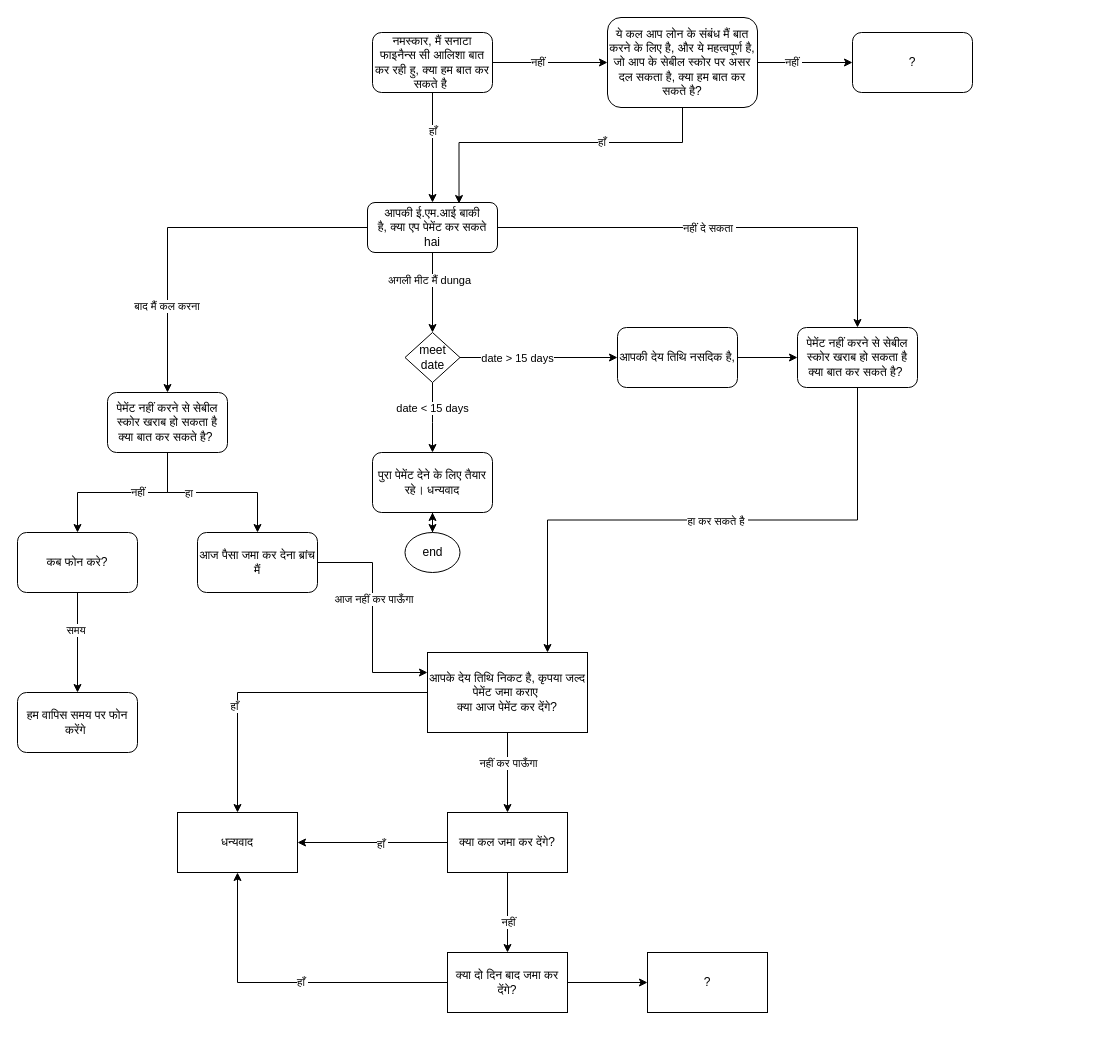
The draw.io diagram drawings/Bot Conversation Flow V1.drawio in PraveenChordia/draw.io, before the edit. Source tidied: cells renumbered, new cells numbered last; positions are measured from the earlier drawing's top-left corner, leaving out a move shared by most shapes. Both pictures are drawn from the tidied source at 100%, with x=0, y=0 at pixel (17, 17).
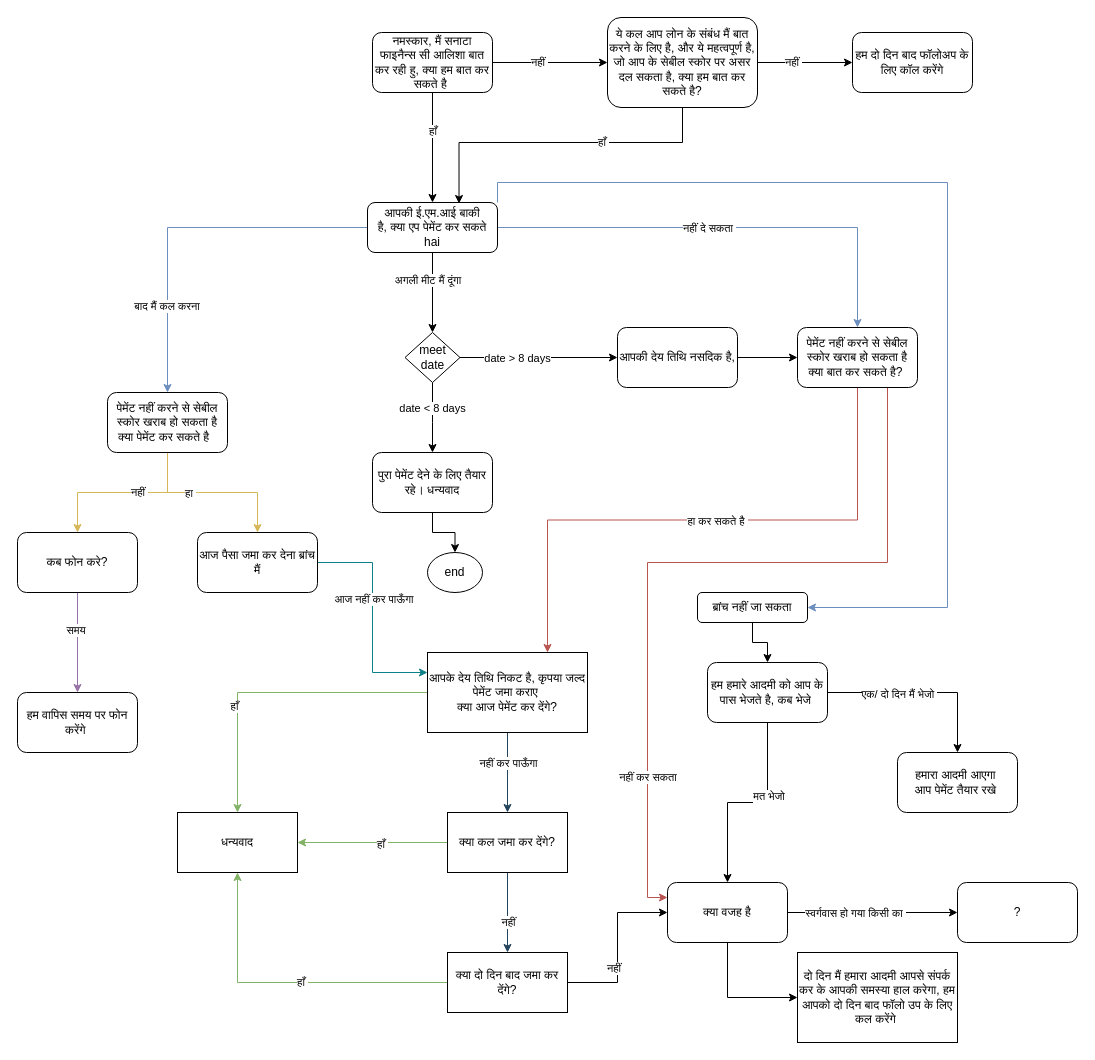
After the change.

The change refers to these unchanged cells:
```xml
<mxCell id="4" style="edgeStyle=orthogonalEdgeStyle;rounded=0;jettySize=auto;html=1;" parent="1" edge="1" source="45" target="15">
  <mxGeometry relative="1" as="geometry">
    <Array as="points">
      <mxPoint x="415" y="405" />
      <mxPoint x="415" y="405" />
    </Array>
  </mxGeometry>
</mxCell>
<mxCell id="8" value="आपकी ई.एम.आई बाकी&lt;br&gt;है, क्या एप पेमेंट कर सकते&lt;br&gt;hai" style="rounded=1;whiteSpace=wrap;html=1;" parent="1" vertex="1">
  <mxGeometry x="350" y="185" width="130" height="50" as="geometry" />
</mxCell>
<mxCell id="15" value="पुरा पेमेंट देने के लिए तैयार रहे। धन्यवाद" style="whiteSpace=wrap;html=1;rounded=1;" parent="1" vertex="1">
  <mxGeometry x="355" y="435" width="120" height="60" as="geometry" />
</mxCell>
<mxCell id="18" value="&lt;span style=&quot;font-family: Helvetica; font-size: 12px; font-style: normal; font-variant-ligatures: normal; font-variant-caps: normal; font-weight: 400; letter-spacing: normal; orphans: 2; text-align: center; text-indent: 0px; text-transform: none; widows: 2; word-spacing: 0px; -webkit-text-stroke-width: 0px; text-decoration-thickness: initial; text-decoration-style: initial; text-decoration-color: initial; float: none; display: inline !important;&quot;&gt;पेमेंट नहीं करने से सेबील स्कोर खराब हो सकता है&lt;/span&gt;&lt;br style=&quot;border-color: var(--border-color); font-family: Helvetica; font-size: 12px; font-style: normal; font-variant-ligatures: normal; font-variant-caps: normal; font-weight: 400; letter-spacing: normal; orphans: 2; text-align: center; text-indent: 0px; text-transform: none; widows: 2; word-spacing: 0px; -webkit-text-stroke-width: 0px; text-decoration-thickness: initial; text-decoration-style: initial; text-decoration-color: initial;&quot;&gt;&lt;span style=&quot;font-family: Helvetica; font-size: 12px; font-style: normal; font-variant-ligatures: normal; font-variant-caps: normal; font-weight: 400; letter-spacing: normal; orphans: 2; text-align: center; text-indent: 0px; text-transform: none; widows: 2; word-spacing: 0px; -webkit-text-stroke-width: 0px; text-decoration-thickness: initial; text-decoration-style: initial; text-decoration-color: initial; float: none; display: inline !important;&quot;&gt;क्या बात कर सकते है?&amp;nbsp;&lt;/span&gt;" style="whiteSpace=wrap;html=1;rounded=1;labelBackgroundColor=none;fontColor=default;" parent="1" vertex="1">
  <mxGeometry x="780" y="310" width="120" height="60" as="geometry" />
</mxCell>
<mxCell id="21" value="आज पैसा जमा कर देना ब्रांच मैं" style="whiteSpace=wrap;html=1;rounded=1;" parent="1" vertex="1">
  <mxGeometry x="180" y="515" width="120" height="60" as="geometry" />
</mxCell>
<mxCell id="24" value="कब फोन करे?" style="whiteSpace=wrap;html=1;rounded=1;" parent="1" vertex="1">
  <mxGeometry y="515" width="120" height="60" as="geometry" />
</mxCell>
<mxCell id="29" value="आपके देय तिथि निकट है, कृपया जल्द पेमेंट जमा कराए&amp;nbsp;&lt;br&gt;क्या आज पेमेंट कर देंगे?" style="whiteSpace=wrap;html=1;" parent="1" vertex="1">
  <mxGeometry x="410" y="635" width="160" height="80" as="geometry" />
</mxCell>
<mxCell id="30" value="धन्यवाद" style="whiteSpace=wrap;html=1;" parent="1" vertex="1">
  <mxGeometry x="160" y="795" width="120" height="60" as="geometry" />
</mxCell>
<mxCell id="35" value="क्या कल जमा कर देंगे?&lt;br&gt;" style="whiteSpace=wrap;html=1;" parent="1" vertex="1">
  <mxGeometry x="430" y="795" width="120" height="60" as="geometry" />
</mxCell>
<mxCell id="41" value="क्या दो दिन बाद जमा कर देंगे?" style="whiteSpace=wrap;html=1;" parent="1" vertex="1">
  <mxGeometry x="430" y="935" width="120" height="60" as="geometry" />
</mxCell>
<mxCell id="42" style="edgeStyle=orthogonalEdgeStyle;rounded=0;jettySize=auto;html=1;" parent="1" edge="1" source="8" target="45">
  <mxGeometry relative="1" as="geometry" />
</mxCell>
<mxCell id="58" value="हम वापिस समय पर फोन करेंगे&amp;nbsp;" style="whiteSpace=wrap;html=1;rounded=1;" parent="1" vertex="1">
  <mxGeometry y="675" width="120" height="60" as="geometry" />
</mxCell>
<mxCell id="59" style="edgeStyle=orthogonalEdgeStyle;rounded=0;jettySize=auto;html=1;entryX=0;entryY=0.5;entryDx=0;entryDy=0;" parent="1" edge="1" source="45" target="61">
  <mxGeometry relative="1" as="geometry" />
</mxCell>
```

Diff of the diagram source:
```diff
@@
-    <mxCell id="2" style="edgeStyle=orthogonalEdgeStyle;rounded=0;jettySize=auto;html=1;" parent="1" edge="1" source="8" target="13">
+    <mxCell id="2" style="edgeStyle=orthogonalEdgeStyle;rounded=0;jettySize=auto;html=1;fillColor=#dae8fc;strokeColor=#6c8ebf;" parent="1" edge="1" source="8" target="13">
       <mxGeometry relative="1" as="geometry" />
     </mxCell>
@@
-    <mxCell id="5" value="date &amp;lt; 15 days" style="edgeLabel;html=1;align=center;verticalAlign=middle;" parent="4" vertex="1">
+    <mxCell id="5" value="date &amp;lt; 8 days" style="edgeLabel;html=1;align=center;verticalAlign=middle;" parent="4" vertex="1">
       <mxGeometry x="-0.3" y="-1" relative="1" as="geometry" />
     </mxCell>
-    <mxCell id="6" style="edgeStyle=orthogonalEdgeStyle;rounded=0;jettySize=auto;html=1;" parent="1" edge="1" source="8" target="18">
+    <mxCell id="6" style="edgeStyle=orthogonalEdgeStyle;rounded=0;jettySize=auto;html=1;fillColor=#dae8fc;strokeColor=#6c8ebf;" parent="1" edge="1" source="8" target="18">
       <mxGeometry relative="1" as="geometry" />
     </mxCell>
@@
+    <mxCell id="62" style="rounded=0;jettySize=auto;html=1;entryX=1;entryY=0.5;entryDx=0;entryDy=0;edgeStyle=orthogonalEdgeStyle;exitX=1;exitY=0;exitDx=0;exitDy=0;fillColor=#dae8fc;strokeColor=#6c8ebf;" parent="1" edge="1" source="8" target="67">
+      <mxGeometry relative="1" as="geometry">
+        <Array as="points">
+          <mxPoint x="480" y="165" />
+          <mxPoint x="930" y="165" />
+          <mxPoint x="930" y="590" />
+        </Array>
+      </mxGeometry>
+    </mxCell>
@@
-    <mxCell id="9" style="edgeStyle=orthogonalEdgeStyle;rounded=0;jettySize=auto;html=1;" parent="1" edge="1" source="13" target="21">
+    <mxCell id="9" style="edgeStyle=orthogonalEdgeStyle;rounded=0;jettySize=auto;html=1;fillColor=#fff2cc;strokeColor=#d6b656;" parent="1" edge="1" source="13" target="21">
       <mxGeometry relative="1" as="geometry" />
     </mxCell>
@@
-    <mxCell id="11" style="edgeStyle=orthogonalEdgeStyle;rounded=0;jettySize=auto;html=1;" parent="1" edge="1" source="13" target="24">
+    <mxCell id="11" style="edgeStyle=orthogonalEdgeStyle;rounded=0;jettySize=auto;html=1;fillColor=#fff2cc;strokeColor=#d6b656;" parent="1" edge="1" source="13" target="24">
       <mxGeometry relative="1" as="geometry" />
     </mxCell>
@@
-    <mxCell id="13" value="पेमेंट नहीं करने से सेबील स्कोर खराब हो सकता है&lt;br&gt;क्या बात कर सकते है?&amp;nbsp;" style="whiteSpace=wrap;html=1;rounded=1;" parent="1" vertex="1">
+    <mxCell id="13" value="पेमेंट नहीं करने से सेबील स्कोर खराब हो सकता है&lt;br&gt;क्या पेमेंट कर सकते है&amp;nbsp;&amp;nbsp;" style="whiteSpace=wrap;html=1;rounded=1;" parent="1" vertex="1">
       <mxGeometry x="90" y="375" width="120" height="60" as="geometry" />
     </mxCell>
@@
-    <mxCell id="16" style="edgeStyle=orthogonalEdgeStyle;rounded=0;jettySize=auto;html=1;entryX=0.75;entryY=0;entryDx=0;entryDy=0;exitX=0.5;exitY=1;exitDx=0;exitDy=0;" parent="1" edge="1" source="18" target="29">
+    <mxCell id="16" style="edgeStyle=orthogonalEdgeStyle;rounded=0;jettySize=auto;html=1;entryX=0.75;entryY=0;entryDx=0;entryDy=0;exitX=0.5;exitY=1;exitDx=0;exitDy=0;fillColor=#f8cecc;strokeColor=#b85450;" parent="1" edge="1" source="18" target="29">
       <mxGeometry relative="1" as="geometry" />
     </mxCell>
@@
+    <mxCell id="63" style="edgeStyle=orthogonalEdgeStyle;rounded=0;jettySize=auto;html=1;exitX=0.75;exitY=1;exitDx=0;exitDy=0;entryX=0;entryY=0.25;entryDx=0;entryDy=0;fillColor=#f8cecc;strokeColor=#b85450;" parent="1" edge="1" source="18" target="77">
+      <mxGeometry relative="1" as="geometry">
+        <Array as="points">
+          <mxPoint x="870" y="545" />
+          <mxPoint x="630" y="545" />
+          <mxPoint x="630" y="880" />
+        </Array>
+      </mxGeometry>
+    </mxCell>
+    <mxCell id="64" value="नहीं कर सकता&amp;nbsp;" style="edgeLabel;html=1;align=center;verticalAlign=middle;" parent="63" vertex="1">
+      <mxGeometry x="0.63" y="1" relative="1" as="geometry">
+        <mxPoint y="1" as="offset" />
+      </mxGeometry>
+    </mxCell>
@@
-    <mxCell id="19" style="edgeStyle=orthogonalEdgeStyle;rounded=0;jettySize=auto;html=1;entryX=0;entryY=0.25;entryDx=0;entryDy=0;" parent="1" edge="1" source="21" target="29">
+    <mxCell id="19" style="edgeStyle=orthogonalEdgeStyle;rounded=0;jettySize=auto;html=1;entryX=0;entryY=0.25;entryDx=0;entryDy=0;fillColor=#b0e3e6;strokeColor=#0e8088;" parent="1" edge="1" source="21" target="29">
       <mxGeometry relative="1" as="geometry" />
     </mxCell>
@@
-    <mxCell id="22" style="edgeStyle=orthogonalEdgeStyle;rounded=0;jettySize=auto;html=1;" parent="1" edge="1" source="24" target="58">
+    <mxCell id="22" style="edgeStyle=orthogonalEdgeStyle;rounded=0;jettySize=auto;html=1;fillColor=#e1d5e7;strokeColor=#9673a6;entryX=0.5;entryY=0;entryDx=0;entryDy=0;" parent="1" edge="1" source="24" target="58">
       <mxGeometry relative="1" as="geometry" />
     </mxCell>
@@
-    <mxCell id="25" style="edgeStyle=orthogonalEdgeStyle;rounded=0;jettySize=auto;html=1;" parent="1" edge="1" source="29" target="30">
+    <mxCell id="25" style="edgeStyle=orthogonalEdgeStyle;rounded=0;jettySize=auto;html=1;fillColor=#d5e8d4;strokeColor=#82b366;" parent="1" edge="1" source="29" target="30">
       <mxGeometry relative="1" as="geometry" />
     </mxCell>
@@
-    <mxCell id="27" style="edgeStyle=orthogonalEdgeStyle;rounded=0;jettySize=auto;html=1;" parent="1" edge="1" source="29" target="35">
+    <mxCell id="27" style="edgeStyle=orthogonalEdgeStyle;rounded=0;jettySize=auto;html=1;fillColor=#bac8d3;strokeColor=#23445d;" parent="1" edge="1" source="29" target="35">
       <mxGeometry relative="1" as="geometry" />
     </mxCell>
@@
-    <mxCell id="31" style="edgeStyle=orthogonalEdgeStyle;rounded=0;jettySize=auto;html=1;entryX=1;entryY=0.5;entryDx=0;entryDy=0;" parent="1" edge="1" source="35" target="30">
+    <mxCell id="31" style="edgeStyle=orthogonalEdgeStyle;rounded=0;jettySize=auto;html=1;entryX=1;entryY=0.5;entryDx=0;entryDy=0;fillColor=#d5e8d4;strokeColor=#82b366;" parent="1" edge="1" source="35" target="30">
       <mxGeometry relative="1" as="geometry" />
     </mxCell>
@@
-    <mxCell id="33" style="edgeStyle=orthogonalEdgeStyle;rounded=0;jettySize=auto;html=1;" parent="1" edge="1" source="35" target="41">
+    <mxCell id="33" style="edgeStyle=orthogonalEdgeStyle;rounded=0;jettySize=auto;html=1;fillColor=#bac8d3;strokeColor=#23445d;" parent="1" edge="1" source="35" target="41">
       <mxGeometry relative="1" as="geometry" />
     </mxCell>
@@
-    <mxCell id="36" style="edgeStyle=orthogonalEdgeStyle;rounded=0;jettySize=auto;html=1;" parent="1" edge="1" source="37" target="15">
-      <mxGeometry relative="1" as="geometry" />
-    </mxCell>
     <mxCell id="37" value="end" style="ellipse;whiteSpace=wrap;html=1;rounded=1;" parent="1" vertex="1">
-      <mxGeometry x="387.5" y="515" width="55" height="40" as="geometry" />
+      <mxGeometry x="410" y="535" width="55" height="40" as="geometry" />
     </mxCell>
-    <mxCell id="38" style="edgeStyle=orthogonalEdgeStyle;rounded=0;jettySize=auto;html=1;entryX=0.5;entryY=1;entryDx=0;entryDy=0;" parent="1" edge="1" source="41" target="30">
+    <mxCell id="38" style="edgeStyle=orthogonalEdgeStyle;rounded=0;jettySize=auto;html=1;entryX=0.5;entryY=1;entryDx=0;entryDy=0;fillColor=#d5e8d4;strokeColor=#82b366;" parent="1" edge="1" source="41" target="30">
       <mxGeometry relative="1" as="geometry" />
     </mxCell>
@@
-    <mxCell id="40" style="edgeStyle=orthogonalEdgeStyle;rounded=0;jettySize=auto;html=1;" parent="1" edge="1" source="41" target="57">
+    <mxCell id="40" style="edgeStyle=orthogonalEdgeStyle;rounded=0;jettySize=auto;html=1;entryX=0;entryY=0.5;entryDx=0;entryDy=0;" parent="1" edge="1" source="41" target="77">
       <mxGeometry relative="1" as="geometry" />
     </mxCell>
+    <mxCell id="65" value="नहीं&amp;nbsp;" style="edgeLabel;html=1;align=center;verticalAlign=middle;" parent="40" vertex="1">
+      <mxGeometry x="-0.23" y="3" relative="1" as="geometry" />
+    </mxCell>
@@
-    <mxCell id="43" value="अगली मीट मैं dunga" style="edgeLabel;html=1;align=center;verticalAlign=middle;" parent="42" vertex="1">
+    <mxCell id="43" value="अगली मीट मैं दूंगा&amp;nbsp;" style="edgeLabel;html=1;align=center;verticalAlign=middle;" parent="42" vertex="1">
       <mxGeometry x="-0.33" y="-4" relative="1" as="geometry" />
     </mxCell>
@@
-    <mxCell id="56" value="?" style="whiteSpace=wrap;html=1;rounded=1;" parent="1" vertex="1">
+    <mxCell id="56" value="हम दो दिन बाद फॉलोअप के लिए कॉल करेंगे" style="whiteSpace=wrap;html=1;rounded=1;" parent="1" vertex="1">
       <mxGeometry x="835" y="15" width="120" height="60" as="geometry" />
     </mxCell>
-    <mxCell id="57" value="?" style="whiteSpace=wrap;html=1;" parent="1" vertex="1">
-      <mxGeometry x="630" y="935" width="120" height="60" as="geometry" />
+    <mxCell id="57" value="दो दिन मैं हमारा आदमी आपसे संपर्क कर के आपकी समस्या हाल करेगा, हम आपको दो दिन बाद फॉलो उप के लिए कल करेंगे&amp;nbsp;" style="whiteSpace=wrap;html=1;" parent="1" vertex="1">
+      <mxGeometry x="780" y="935" width="160" height="90" as="geometry" />
     </mxCell>
@@
-    <mxCell id="60" value="date &amp;gt; 15 days" style="edgeLabel;html=1;align=center;verticalAlign=middle;" parent="59" vertex="1">
+    <mxCell id="60" value="date &amp;gt; 8 days" style="edgeLabel;html=1;align=center;verticalAlign=middle;" parent="59" vertex="1">
       <mxGeometry x="-0.34" y="3" relative="1" as="geometry">
         <mxPoint x="5" y="3" as="offset" />
       </mxGeometry>
     </mxCell>
@@
+    <mxCell id="66" style="edgeStyle=orthogonalEdgeStyle;rounded=0;jettySize=auto;html=1;entryX=0.5;entryY=0;entryDx=0;entryDy=0;exitX=0.5;exitY=1;exitDx=0;exitDy=0;" parent="1" edge="1" source="67" target="72">
+      <mxGeometry relative="1" as="geometry" />
+    </mxCell>
+    <mxCell id="67" value="ब्रांच नहीं जा सकता" style="rounded=1;whiteSpace=wrap;html=1;" parent="1" vertex="1">
+      <mxGeometry x="680" y="575" width="110" height="30" as="geometry" />
+    </mxCell>
+    <mxCell id="68" style="edgeStyle=orthogonalEdgeStyle;rounded=0;jettySize=auto;html=1;exitX=1;exitY=0.5;exitDx=0;exitDy=0;entryX=0.5;entryY=0;entryDx=0;entryDy=0;" parent="1" edge="1" source="72" target="73">
+      <mxGeometry relative="1" as="geometry" />
+    </mxCell>
+    <mxCell id="69" value="एक/ दो दिन मैं भेजो&amp;nbsp;" style="edgeLabel;html=1;align=center;verticalAlign=middle;" parent="68" vertex="1">
+      <mxGeometry x="-0.25" y="-1" relative="1" as="geometry" />
+    </mxCell>
+    <mxCell id="70" style="edgeStyle=orthogonalEdgeStyle;rounded=0;jettySize=auto;html=1;" parent="1" edge="1" source="72" target="77">
+      <mxGeometry relative="1" as="geometry" />
+    </mxCell>
+    <mxCell id="71" value="मत भेजो&amp;nbsp;" style="edgeLabel;html=1;align=center;verticalAlign=middle;" parent="70" vertex="1">
+      <mxGeometry x="-0.27" y="2" relative="1" as="geometry" />
+    </mxCell>
+    <mxCell id="72" value="हम हमारे आदमी को आप के पास भेजते है, कब भेजे&amp;nbsp;" style="rounded=1;whiteSpace=wrap;html=1;" parent="1" vertex="1">
+      <mxGeometry x="690" y="645" width="120" height="60" as="geometry" />
+    </mxCell>
+    <mxCell id="73" value="हमारा आदमी आएगा&amp;nbsp;&lt;br&gt;आप पेमेंट तैयार रखे&amp;nbsp;" style="rounded=1;whiteSpace=wrap;html=1;" parent="1" vertex="1">
+      <mxGeometry x="880" y="735" width="120" height="60" as="geometry" />
+    </mxCell>
+    <mxCell id="74" style="edgeStyle=orthogonalEdgeStyle;rounded=0;jettySize=auto;html=1;exitX=0.5;exitY=1;exitDx=0;exitDy=0;entryX=0;entryY=0.5;entryDx=0;entryDy=0;" parent="1" edge="1" source="77" target="57">
+      <mxGeometry relative="1" as="geometry" />
+    </mxCell>
+    <mxCell id="75" style="edgeStyle=orthogonalEdgeStyle;rounded=0;jettySize=auto;html=1;" parent="1" edge="1" source="77" target="78">
+      <mxGeometry relative="1" as="geometry" />
+    </mxCell>
+    <mxCell id="76" value="स्वर्गवास हो गया किसी का&amp;nbsp;" style="edgeLabel;html=1;align=center;verticalAlign=middle;" parent="75" vertex="1">
+      <mxGeometry x="-0.21" relative="1" as="geometry" />
+    </mxCell>
+    <mxCell id="77" value="क्या वजह है" style="rounded=1;whiteSpace=wrap;html=1;" parent="1" vertex="1">
+      <mxGeometry x="650" y="865" width="120" height="60" as="geometry" />
+    </mxCell>
+    <mxCell id="78" value="?" style="whiteSpace=wrap;html=1;rounded=1;" parent="1" vertex="1">
+      <mxGeometry x="940" y="865" width="120" height="60" as="geometry" />
+    </mxCell>
```
